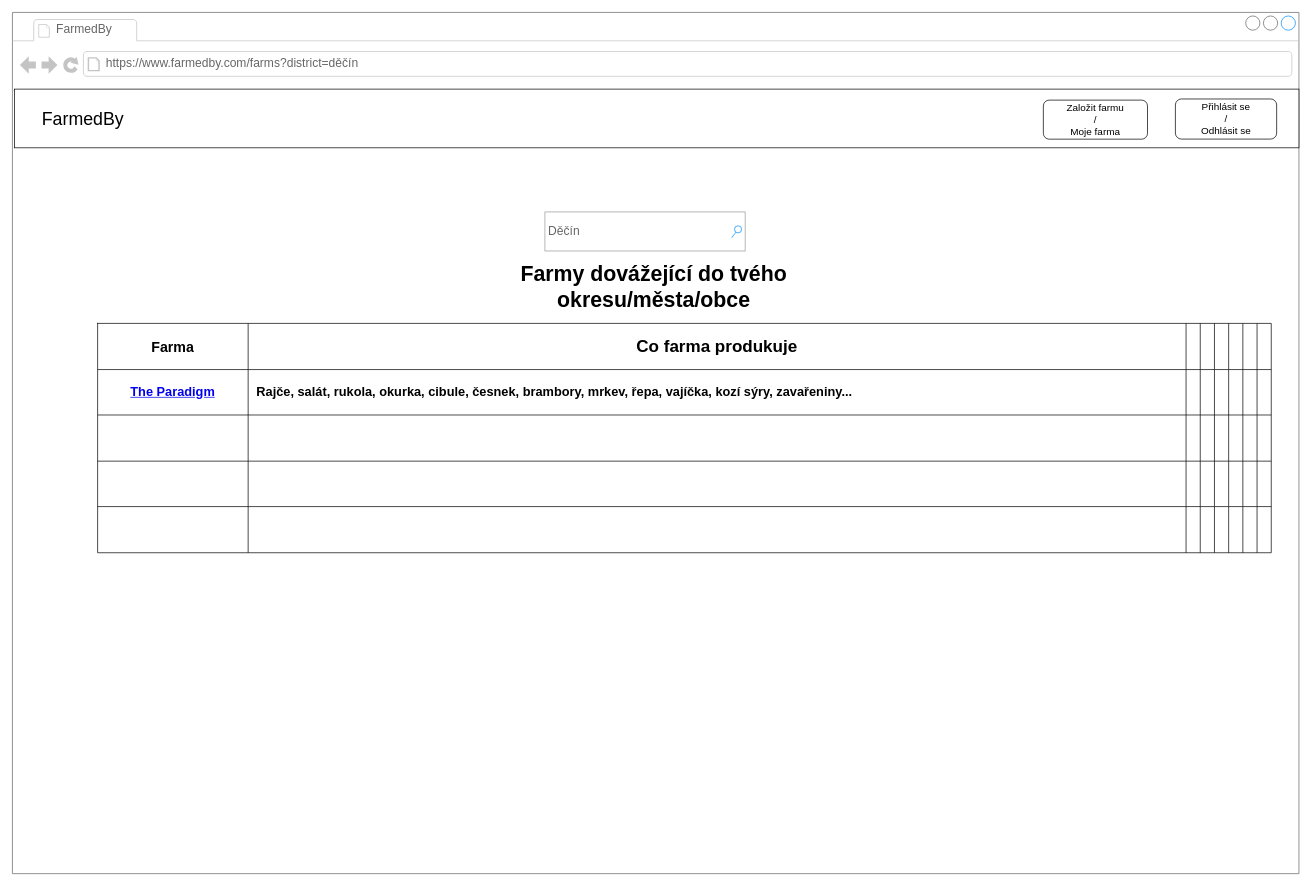
Earlier version of the draw.io diagram page "/farms" (3 of 9) of wireframes.drawio (matous94/farmedby). Source tidied: cells renumbered, new cells numbered last; positions are measured from the earlier drawing's top-left corner, leaving out a move shared by most shapes. Both pictures are drawn from the tidied source at 71%, with x=0, y=0 at pixel (12, 12).
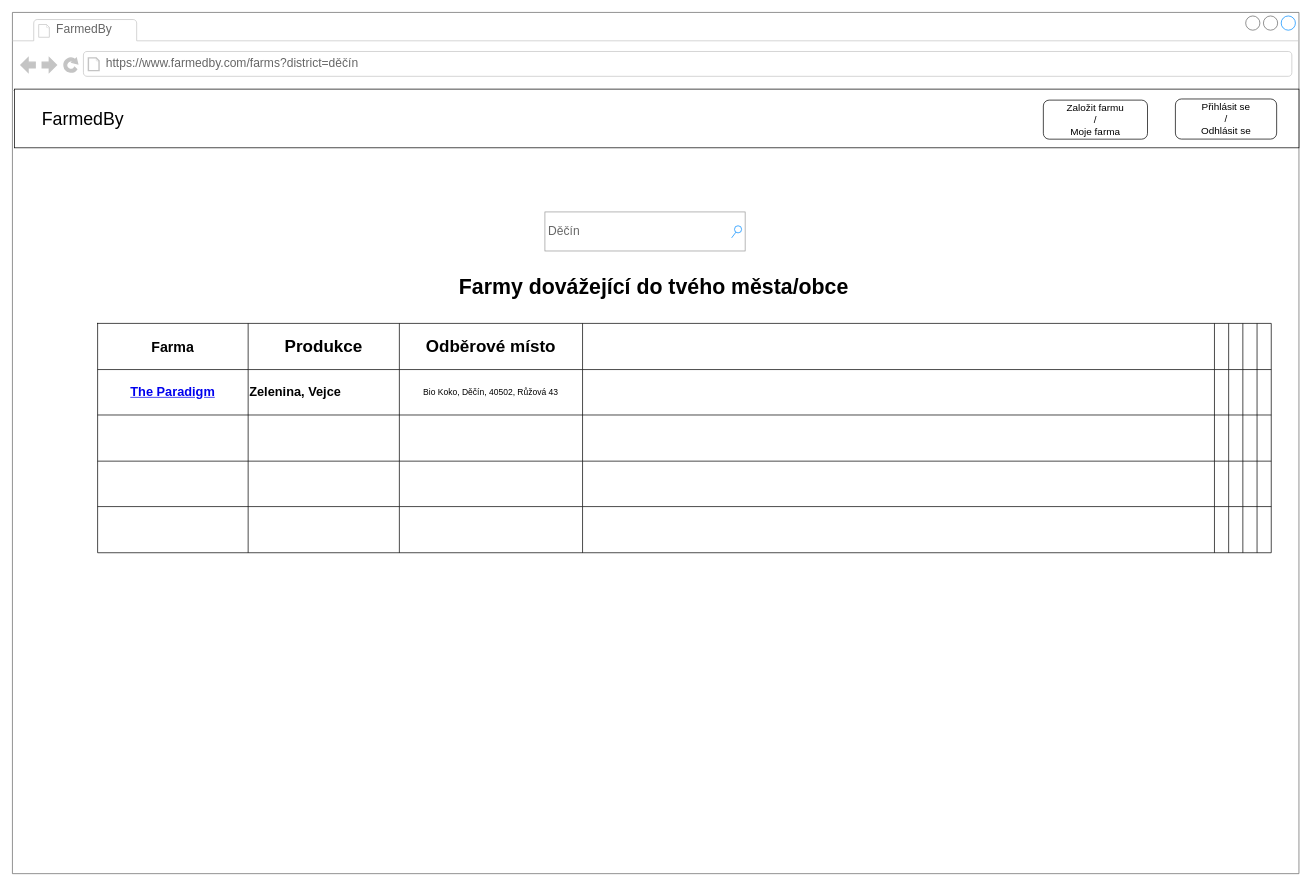
The same diagram, later.

The change refers to these unchanged cells:
```xml
<mxCell id="3" style="strokeWidth=1;shadow=0;dashed=0;align=center;html=1;shape=mxgraph.mockup.containers.browserWindow;rSize=0;strokeColor=#666666;strokeColor2=#008cff;strokeColor3=#c4c4c4;mainText=,;fillColor=#ffffff;fontSize=25;" parent="2" vertex="1">
  <mxGeometry y="-3" width="1812" height="1213" as="geometry" />
</mxCell>
<mxCell id="14" style="shape=partialRectangle;html=1;whiteSpace=wrap;fillColor=none;top=0;left=0;bottom=0;right=0;" parent="13" vertex="1">
  <mxGeometry width="1653" height="65" as="geometry" />
</mxCell>
<mxCell id="23" style="shape=partialRectangle;html=1;whiteSpace=wrap;fillColor=none;top=0;left=0;bottom=0;right=0;" parent="13" vertex="1">
  <mxGeometry y="65" width="1653" height="64" as="geometry" />
</mxCell>
<mxCell id="32" style="shape=partialRectangle;html=1;whiteSpace=wrap;fillColor=none;top=0;left=0;bottom=0;right=0;" parent="13" vertex="1">
  <mxGeometry y="129" width="1653" height="65" as="geometry" />
</mxCell>
<mxCell id="41" style="shape=partialRectangle;html=1;whiteSpace=wrap;fillColor=none;top=0;left=0;bottom=0;right=0;" parent="13" vertex="1">
  <mxGeometry y="194" width="1653" height="64" as="geometry" />
</mxCell>
<mxCell id="50" style="shape=partialRectangle;html=1;whiteSpace=wrap;fillColor=none;top=0;left=0;bottom=0;right=0;" parent="13" vertex="1">
  <mxGeometry y="258" width="1653" height="65" as="geometry" />
</mxCell>
```

What changed in the source:
```diff
@@
-    <mxCell id="12" value="&lt;h2&gt;Farmy dovážející do tvého okresu/města/obce&lt;/h2&gt;" style="text;html=1;strokeColor=none;fillColor=none;align=center;verticalAlign=middle;whiteSpace=wrap;rounded=0;fontSize=20;" parent="3" vertex="1">
+    <mxCell id="12" value="&lt;h2&gt;Farmy dovážející do tvého města/obce&lt;/h2&gt;" style="text;html=1;strokeColor=none;fillColor=none;align=center;verticalAlign=middle;whiteSpace=wrap;rounded=0;fontSize=20;" parent="3" vertex="1">
       <mxGeometry x="605" y="357" width="597" height="57" as="geometry" />
     </mxCell>
@@
-    <mxCell id="16" value="&lt;h1&gt;Co farma produkuje&lt;/h1&gt;" style="shape=partialRectangle;html=1;whiteSpace=wrap;overflow=hidden;fillColor=none;top=0;left=0;bottom=0;right=0;" parent="14" vertex="1">
-      <mxGeometry x="212" width="1321" height="65" as="geometry" />
+    <mxCell id="16" value="&lt;h1&gt;Produkce&lt;/h1&gt;" style="shape=partialRectangle;html=1;whiteSpace=wrap;overflow=hidden;fillColor=none;top=0;left=0;bottom=0;right=0;" parent="14" vertex="1">
+      <mxGeometry x="212" width="213" height="65" as="geometry" />
     </mxCell>
-    <mxCell id="17" style="shape=partialRectangle;html=1;whiteSpace=wrap;overflow=hidden;fillColor=none;top=0;left=0;bottom=0;right=0;" parent="14" vertex="1">
-      <mxGeometry x="1533" width="20" height="65" as="geometry" />
+    <mxCell id="17" value="&lt;h1&gt;Odběrové místo&lt;/h1&gt;" style="shape=partialRectangle;html=1;whiteSpace=wrap;overflow=hidden;fillColor=none;top=0;left=0;bottom=0;right=0;" parent="14" vertex="1">
+      <mxGeometry x="425" width="258" height="65" as="geometry" />
     </mxCell>
     <mxCell id="18" style="shape=partialRectangle;html=1;whiteSpace=wrap;overflow=hidden;fillColor=none;top=0;left=0;bottom=0;right=0;" parent="14" vertex="1">
-      <mxGeometry x="1553" width="20" height="65" as="geometry" />
+      <mxGeometry x="683" width="890" height="65" as="geometry" />
     </mxCell>
@@
-    <mxCell id="25" value="&lt;h2&gt;&amp;nbsp; Rajče, salát, rukola, okurka, cibule, česnek, brambory, mrkev, řepa, vajíčka, kozí sýry, zavařeniny...&amp;nbsp;&lt;/h2&gt;" style="shape=partialRectangle;html=1;whiteSpace=wrap;overflow=hidden;fillColor=none;top=0;left=0;bottom=0;right=0;align=left;" parent="23" vertex="1">
-      <mxGeometry x="212" width="1321" height="64" as="geometry" />
+    <mxCell id="25" value="&lt;h2&gt;Zelenina, Vejce&lt;/h2&gt;" style="shape=partialRectangle;html=1;whiteSpace=wrap;overflow=hidden;fillColor=none;top=0;left=0;bottom=0;right=0;align=left;" parent="23" vertex="1">
+      <mxGeometry x="212" width="213" height="64" as="geometry" />
     </mxCell>
-    <mxCell id="26" style="shape=partialRectangle;html=1;whiteSpace=wrap;overflow=hidden;fillColor=none;top=0;left=0;bottom=0;right=0;" parent="23" vertex="1">
-      <mxGeometry x="1533" width="20" height="64" as="geometry" />
+    <mxCell id="26" value="Bio Koko, Děčín, 40502, Růžová 43" style="shape=partialRectangle;html=1;whiteSpace=wrap;overflow=hidden;fillColor=none;top=0;left=0;bottom=0;right=0;" parent="23" vertex="1">
+      <mxGeometry x="425" width="258" height="64" as="geometry" />
     </mxCell>
     <mxCell id="27" style="shape=partialRectangle;html=1;whiteSpace=wrap;overflow=hidden;fillColor=none;top=0;left=0;bottom=0;right=0;" parent="23" vertex="1">
-      <mxGeometry x="1553" width="20" height="64" as="geometry" />
+      <mxGeometry x="683" width="890" height="64" as="geometry" />
     </mxCell>
@@
     <mxCell id="34" style="shape=partialRectangle;html=1;whiteSpace=wrap;overflow=hidden;fillColor=none;top=0;left=0;bottom=0;right=0;" parent="32" vertex="1">
-      <mxGeometry x="212" width="1321" height="65" as="geometry" />
+      <mxGeometry x="212" width="213" height="65" as="geometry" />
     </mxCell>
     <mxCell id="35" style="shape=partialRectangle;html=1;whiteSpace=wrap;overflow=hidden;fillColor=none;top=0;left=0;bottom=0;right=0;" parent="32" vertex="1">
-      <mxGeometry x="1533" width="20" height="65" as="geometry" />
+      <mxGeometry x="425" width="258" height="65" as="geometry" />
     </mxCell>
     <mxCell id="36" style="shape=partialRectangle;html=1;whiteSpace=wrap;overflow=hidden;fillColor=none;top=0;left=0;bottom=0;right=0;" parent="32" vertex="1">
-      <mxGeometry x="1553" width="20" height="65" as="geometry" />
+      <mxGeometry x="683" width="890" height="65" as="geometry" />
     </mxCell>
@@
     <mxCell id="43" style="shape=partialRectangle;html=1;whiteSpace=wrap;overflow=hidden;fillColor=none;top=0;left=0;bottom=0;right=0;" parent="41" vertex="1">
-      <mxGeometry x="212" width="1321" height="64" as="geometry" />
+      <mxGeometry x="212" width="213" height="64" as="geometry" />
     </mxCell>
     <mxCell id="44" style="shape=partialRectangle;html=1;whiteSpace=wrap;overflow=hidden;fillColor=none;top=0;left=0;bottom=0;right=0;" parent="41" vertex="1">
-      <mxGeometry x="1533" width="20" height="64" as="geometry" />
+      <mxGeometry x="425" width="258" height="64" as="geometry" />
     </mxCell>
     <mxCell id="45" style="shape=partialRectangle;html=1;whiteSpace=wrap;overflow=hidden;fillColor=none;top=0;left=0;bottom=0;right=0;" parent="41" vertex="1">
-      <mxGeometry x="1553" width="20" height="64" as="geometry" />
+      <mxGeometry x="683" width="890" height="64" as="geometry" />
     </mxCell>
@@
     <mxCell id="52" style="shape=partialRectangle;html=1;whiteSpace=wrap;overflow=hidden;fillColor=none;top=0;left=0;bottom=0;right=0;" parent="50" vertex="1">
-      <mxGeometry x="212" width="1321" height="65" as="geometry" />
+      <mxGeometry x="212" width="213" height="65" as="geometry" />
     </mxCell>
     <mxCell id="53" style="shape=partialRectangle;html=1;whiteSpace=wrap;overflow=hidden;fillColor=none;top=0;left=0;bottom=0;right=0;" parent="50" vertex="1">
-      <mxGeometry x="1533" width="20" height="65" as="geometry" />
+      <mxGeometry x="425" width="258" height="65" as="geometry" />
     </mxCell>
     <mxCell id="54" style="shape=partialRectangle;html=1;whiteSpace=wrap;overflow=hidden;fillColor=none;top=0;left=0;bottom=0;right=0;" parent="50" vertex="1">
-      <mxGeometry x="1553" width="20" height="65" as="geometry" />
+      <mxGeometry x="683" width="890" height="65" as="geometry" />
     </mxCell>
```
